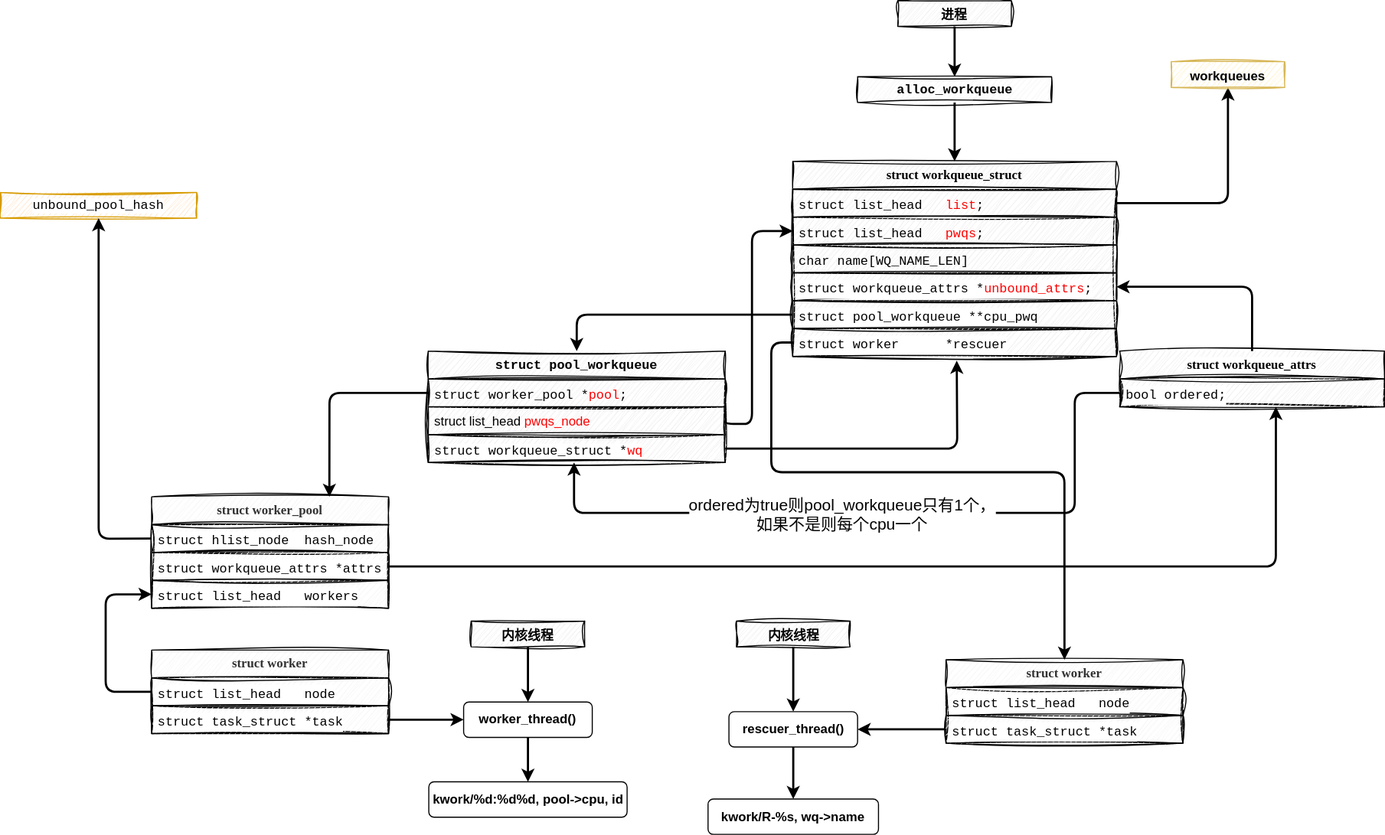
Before: source/images/Workqueue/Workqueue创建流程.drawio.svg, a diagram exported from draw.io (ray-jk-hong/ray-jk-hong.github.io). Source tidied: cells renumbered, new cells last; positions are measured from the earlier drawing's top-left corner, leaving out a move shared by most shapes.
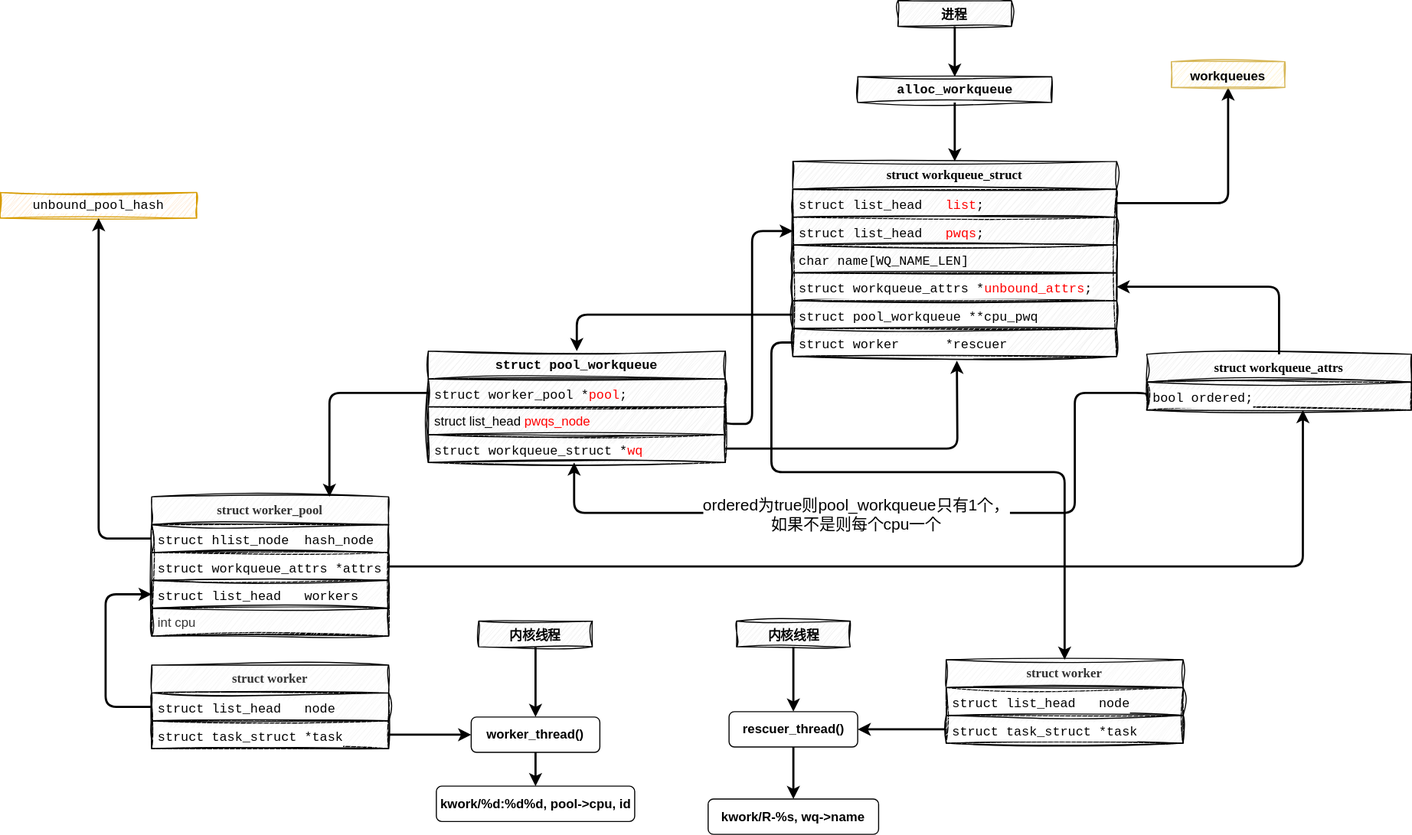
The same file after the commit.

Change to the diagram source:
```diff
@@ -45,7 +45,7 @@
       <mxGeometry relative="1" as="geometry" />
     </mxCell>
     <mxCell id="16" value="&lt;p style=&quot;margin: 0px; font-variant-numeric: normal; font-variant-east-asian: normal; font-variant-alternates: normal; font-kerning: auto; font-optical-sizing: auto; font-feature-settings: normal; font-variation-settings: normal; font-variant-position: normal; font-stretch: normal; line-height: normal; font-family: Menlo; text-align: start;&quot; class=&quot;p1&quot;&gt;&lt;b&gt;&lt;span style=&quot;font-variant-ligatures: no-common-ligatures;&quot; class=&quot;s1&quot;&gt;struct&lt;/span&gt;&lt;span style=&quot;font-variant-ligatures: no-common-ligatures;&quot; class=&quot;s2&quot;&gt; &lt;/span&gt;&lt;span style=&quot;font-variant-ligatures: no-common-ligatures;&quot; class=&quot;s3&quot;&gt;workqueue_attrs&lt;/span&gt;&lt;/b&gt;&lt;/p&gt;" style="swimlane;fontStyle=0;horizontal=1;startSize=26;fillColor=#eeeeee;whiteSpace=wrap;html=1;sketch=1;curveFitting=1;jiggle=2;strokeColor=#000000;labelBackgroundColor=default;fontColor=default;" parent="1" vertex="1">
-      <mxGeometry x="1044" y="327" width="247" height="52" as="geometry" />
+      <mxGeometry x="1069" y="330" width="247" height="52" as="geometry" />
     </mxCell>
     <mxCell id="17" value="&lt;div style=&quot;font-family: Menlo, Monaco, &amp;quot;Courier New&amp;quot;, monospace; line-height: 18px; white-space: pre;&quot;&gt;&lt;div style=&quot;line-height: 18px;&quot;&gt;&lt;span style=&quot;&quot;&gt;bool&lt;/span&gt; &lt;span style=&quot;&quot;&gt;ordered&lt;/span&gt;;&lt;/div&gt;&lt;/div&gt;" style="text;strokeColor=#000000;fillColor=#eeeeee;align=left;verticalAlign=top;spacingLeft=4;spacingRight=4;overflow=hidden;points=[[0,0.5],[1,0.5]];portConstraint=eastwest;whiteSpace=wrap;html=1;sketch=1;curveFitting=1;jiggle=2;labelBackgroundColor=default;fontColor=default;" parent="16" vertex="1">
       <mxGeometry y="26" width="247" height="26" as="geometry" />
@@ -63,7 +63,7 @@
       <mxGeometry x="799.5" y="71" width="181" height="24" as="geometry" />
     </mxCell>
     <mxCell id="22" value="&lt;p style=&quot;margin: 0px; font-variant-numeric: normal; font-variant-east-asian: normal; font-variant-alternates: normal; font-kerning: auto; font-optical-sizing: auto; font-feature-settings: normal; font-variation-settings: normal; font-variant-position: normal; font-stretch: normal; line-height: normal; font-family: Menlo; text-align: start;&quot; class=&quot;p1&quot;&gt;&lt;b&gt;&lt;span style=&quot;font-variant-ligatures: no-common-ligatures;&quot; class=&quot;s1&quot;&gt;struct&lt;/span&gt;&lt;span style=&quot;font-variant-ligatures: no-common-ligatures;&quot; class=&quot;s2&quot;&gt;&amp;nbsp;worker_pool&lt;/span&gt;&lt;/b&gt;&lt;/p&gt;" style="swimlane;fontStyle=0;horizontal=1;startSize=26;fillColor=#f5f5f5;whiteSpace=wrap;html=1;strokeColor=#000000;labelBackgroundColor=none;fontColor=#333333;sketch=1;curveFitting=1;jiggle=2;" parent="1" vertex="1">
-      <mxGeometry x="141" y="463" width="221" height="104" as="geometry" />
+      <mxGeometry x="141" y="463" width="221" height="130" as="geometry" />
     </mxCell>
     <mxCell id="23" value="&lt;div style=&quot;font-family: Menlo, Monaco, &amp;quot;Courier New&amp;quot;, monospace; line-height: 18px; white-space: pre;&quot;&gt;&lt;div style=&quot;line-height: 18px;&quot;&gt;&lt;font style=&quot;background-color: rgb(255, 255, 255);&quot; color=&quot;#000000&quot;&gt;struct hlist_node  hash_node&lt;/font&gt;&lt;/div&gt;&lt;/div&gt;" style="text;strokeColor=#000000;fillColor=#f5f5f5;align=left;verticalAlign=top;spacingLeft=4;spacingRight=4;overflow=hidden;points=[[0,0.5],[1,0.5]];portConstraint=eastwest;whiteSpace=wrap;html=1;labelBackgroundColor=default;fontColor=#333333;sketch=1;curveFitting=1;jiggle=2;" parent="22" vertex="1">
       <mxGeometry y="26" width="221" height="26" as="geometry" />
@@ -74,6 +74,9 @@
     <mxCell id="25" value="&lt;div style=&quot;font-family: Menlo, Monaco, &amp;quot;Courier New&amp;quot;, monospace; line-height: 18px; white-space: pre;&quot;&gt;&lt;span style=&quot;background-color: rgb(255, 255, 255);&quot;&gt;&lt;font color=&quot;#000000&quot;&gt;struct list_head   workers&lt;/font&gt;&lt;/span&gt;&lt;/div&gt;" style="text;strokeColor=#000000;fillColor=#f5f5f5;align=left;verticalAlign=top;spacingLeft=4;spacingRight=4;overflow=hidden;points=[[0,0.5],[1,0.5]];portConstraint=eastwest;whiteSpace=wrap;html=1;labelBackgroundColor=default;fontColor=#333333;sketch=1;curveFitting=1;jiggle=2;" parent="22" vertex="1">
       <mxGeometry y="78" width="221" height="26" as="geometry" />
     </mxCell>
+    <mxCell id="55" value="int cpu" style="text;strokeColor=#000000;fillColor=#f5f5f5;align=left;verticalAlign=top;spacingLeft=4;spacingRight=4;overflow=hidden;whiteSpace=wrap;html=1;labelBackgroundColor=default;fontColor=#333333;sketch=1;curveFitting=1;jiggle=2;" parent="22" vertex="1">
+      <mxGeometry y="104" width="221" height="26" as="geometry" />
+    </mxCell>
     <mxCell id="26" value="&lt;div style=&quot;font-family: Menlo, Monaco, &amp;quot;Courier New&amp;quot;, monospace; font-size: 12px; line-height: 18px; white-space: pre;&quot;&gt;&lt;span style=&quot;background-color: rgb(255, 255, 255);&quot;&gt;unbound_pool_hash&lt;/span&gt;&lt;/div&gt;" style="html=1;whiteSpace=wrap;fillColor=#ffe6cc;strokeColor=#d79b00;sketch=1;curveFitting=1;jiggle=2;fontSize=16;" parent="1" vertex="1">
       <mxGeometry y="179" width="183" height="24" as="geometry" />
     </mxCell>
@@ -97,7 +100,7 @@
       </mxGeometry>
     </mxCell>
     <mxCell id="31" value="&lt;p style=&quot;margin: 0px; font-variant-numeric: normal; font-variant-east-asian: normal; font-variant-alternates: normal; font-kerning: auto; font-optical-sizing: auto; font-feature-settings: normal; font-variation-settings: normal; font-variant-position: normal; font-stretch: normal; line-height: normal; font-family: Menlo; text-align: start;&quot; class=&quot;p1&quot;&gt;&lt;b&gt;&lt;span style=&quot;font-variant-ligatures: no-common-ligatures;&quot; class=&quot;s1&quot;&gt;struct&lt;/span&gt;&lt;span style=&quot;font-variant-ligatures: no-common-ligatures;&quot; class=&quot;s2&quot;&gt;&amp;nbsp;worker&lt;/span&gt;&lt;/b&gt;&lt;/p&gt;" style="swimlane;fontStyle=0;horizontal=1;startSize=26;fillColor=#f5f5f5;whiteSpace=wrap;html=1;strokeColor=#000000;labelBackgroundColor=none;fontColor=#333333;sketch=1;curveFitting=1;jiggle=2;" parent="1" vertex="1">
-      <mxGeometry x="141" y="606" width="221" height="78" as="geometry" />
+      <mxGeometry x="141" y="620" width="221" height="78" as="geometry" />
     </mxCell>
     <mxCell id="32" value="&lt;div style=&quot;font-family: Menlo, Monaco, &amp;quot;Courier New&amp;quot;, monospace; line-height: 18px; white-space: pre;&quot;&gt;&lt;div style=&quot;line-height: 18px;&quot;&gt;&lt;div style=&quot;line-height: 18px;&quot;&gt;&lt;font style=&quot;background-color: rgb(255, 255, 255);&quot; color=&quot;#000000&quot;&gt;struct list_head   node&lt;/font&gt;&lt;/div&gt;&lt;/div&gt;&lt;/div&gt;" style="text;strokeColor=#000000;fillColor=#f5f5f5;align=left;verticalAlign=top;spacingLeft=4;spacingRight=4;overflow=hidden;points=[[0,0.5],[1,0.5]];portConstraint=eastwest;whiteSpace=wrap;html=1;labelBackgroundColor=default;fontColor=#333333;sketch=1;curveFitting=1;jiggle=2;" parent="31" vertex="1">
       <mxGeometry y="26" width="221" height="26" as="geometry" />
@@ -108,7 +111,7 @@
     <mxCell id="34" style="edgeStyle=orthogonalEdgeStyle;rounded=1;jettySize=auto;html=1;exitX=0;exitY=0.5;exitDx=0;exitDy=0;entryX=0;entryY=0.5;entryDx=0;entryDy=0;curved=0;strokeWidth=2;" parent="1" edge="1" source="32" target="25">
       <mxGeometry relative="1" as="geometry">
         <Array as="points">
-          <mxPoint x="98" y="645" />
+          <mxPoint x="98" y="659" />
           <mxPoint x="98" y="554" />
         </Array>
       </mxGeometry>
@@ -117,7 +120,7 @@
       <mxGeometry relative="1" as="geometry" />
     </mxCell>
     <mxCell id="36" value="worker_thread()" style="rounded=1;whiteSpace=wrap;html=1;fontStyle=1;" parent="1" vertex="1">
-      <mxGeometry x="432" y="654.5" width="120" height="33" as="geometry" />
+      <mxGeometry x="439" y="668.5" width="120" height="33" as="geometry" />
     </mxCell>
     <mxCell id="37" style="edgeStyle=orthogonalEdgeStyle;rounded=1;jettySize=auto;html=1;exitX=1;exitY=0.5;exitDx=0;exitDy=0;entryX=0;entryY=0.5;entryDx=0;entryDy=0;curved=0;strokeWidth=2;" parent="1" edge="1" source="33" target="36">
       <mxGeometry relative="1" as="geometry" />
@@ -129,7 +132,7 @@
       <mxGeometry relative="1" as="geometry" />
     </mxCell>
     <mxCell id="40" value="&lt;font size=&quot;1&quot; style=&quot;&quot;&gt;&lt;b style=&quot;font-size: 12px;&quot;&gt;内核线程&lt;/b&gt;&lt;/font&gt;" style="html=1;whiteSpace=wrap;fillColor=#eeeeee;strokeColor=#000000;sketch=1;curveFitting=1;jiggle=2;fontSize=16;" parent="1" vertex="1">
-      <mxGeometry x="439" y="579" width="106" height="24" as="geometry" />
+      <mxGeometry x="446" y="579" width="106" height="24" as="geometry" />
     </mxCell>
     <mxCell id="41" style="edgeStyle=orthogonalEdgeStyle;rounded=1;jettySize=auto;html=1;exitX=1;exitY=0.5;exitDx=0;exitDy=0;entryX=0.59;entryY=1;entryDx=0;entryDy=0;entryPerimeter=0;curved=0;strokeWidth=2;" parent="1" edge="1" source="24" target="17">
       <mxGeometry relative="1" as="geometry" />
@@ -141,7 +144,7 @@
       <mxGeometry x="679.5" y="663.5" width="120" height="33" as="geometry" />
     </mxCell>
     <mxCell id="44" value="kwork/%d:%d%d, pool-&amp;gt;cpu, id" style="rounded=1;whiteSpace=wrap;html=1;fontStyle=1;" parent="1" vertex="1">
-      <mxGeometry x="399.5" y="729" width="185" height="33" as="geometry" />
+      <mxGeometry x="406.5" y="733" width="185" height="33" as="geometry" />
     </mxCell>
     <mxCell id="45" value="kwork/R-%s, wq-&amp;gt;name" style="rounded=1;whiteSpace=wrap;html=1;fontStyle=1;" parent="1" vertex="1">
       <mxGeometry x="660" y="745" width="159" height="33" as="geometry" />
```
